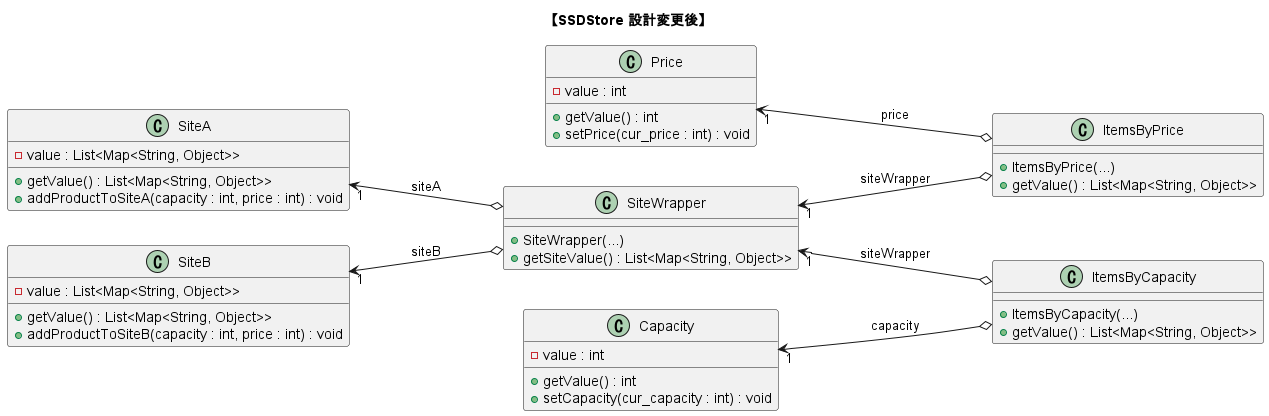
nitta-lab/TwoStagesModelingExperiments keeps this PlantUML diagram as img/classes/ssdStore_class_pull_CFD.png. Above is the earlier version. The source it was exported from:
```plantuml
@startuml ssdStore_class_pull_CFD
title "【SSDStore 設計変更後】"

left to right direction

class "Price"{
    - value : int
    + getValue() : int
    + setPrice(cur_price : int) : void
}

class "SiteA"{
    - value : List<Map<String, Object>>
    + getValue() : List<Map<String, Object>>
    + addProductToSiteA(capacity : int, price : int) : void
}

class "SiteB"{
    - value : List<Map<String, Object>>
    + getValue() : List<Map<String, Object>>
    + addProductToSiteB(capacity : int, price : int) : void
}

class "Capacity"{
    - value : int
    + getValue() : int
    + setCapacity(cur_capacity : int) : void
}

class "ItemsByPrice"{
    + ItemsByPrice(...)
    + getValue() : List<Map<String, Object>>
}

class "ItemsByCapacity"{
    + ItemsByCapacity(...)
    + getValue() : List<Map<String, Object>>
}

class "SiteWrapper"{
    + SiteWrapper(...)
    + getSiteValue() : List<Map<String, Object>>
}

"SiteA" "1" <---o "SiteWrapper" : "siteA"
"SiteB" "1" <---o "SiteWrapper" : "siteB"

"SiteWrapper" "1" <---o "ItemsByPrice" : "siteWrapper"
"Price" "1" <---o "ItemsByPrice" : "price"

"SiteWrapper" "1" <---o "ItemsByCapacity" : "siteWrapper"
"Capacity" "1" <---o "ItemsByCapacity" : "capacity"

@enduml
```
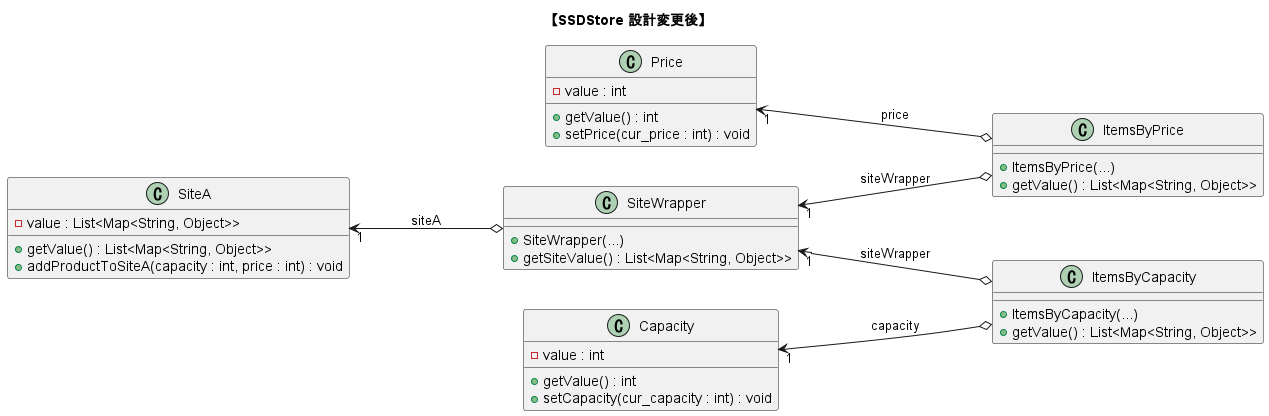
After the commit.

What changed in the source:
```diff
@@ -13,12 +13,6 @@
     - value : List<Map<String, Object>>
     + getValue() : List<Map<String, Object>>
     + addProductToSiteA(capacity : int, price : int) : void
-}
-
-class "SiteB"{
-    - value : List<Map<String, Object>>
-    + getValue() : List<Map<String, Object>>
-    + addProductToSiteB(capacity : int, price : int) : void
 }
 
 class "Capacity"{
@@ -43,7 +37,6 @@
 }
 
 "SiteA" "1" <---o "SiteWrapper" : "siteA"
-"SiteB" "1" <---o "SiteWrapper" : "siteB"
 
 "SiteWrapper" "1" <---o "ItemsByPrice" : "siteWrapper"
 "Price" "1" <---o "ItemsByPrice" : "price"
```
